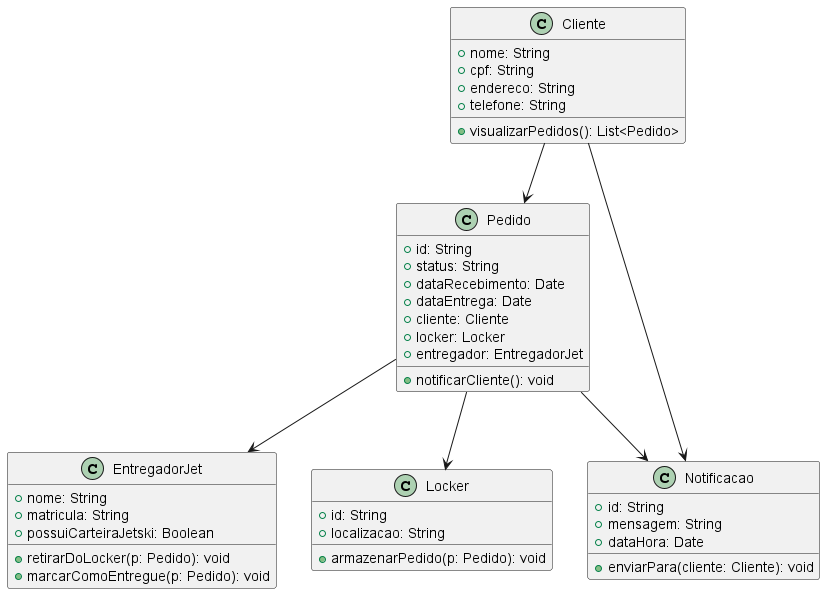
The PlantUML diagram docs/assets/Diagrama_de_classes/diagramaDeClasses.png in Projetos-de-Extensao/PBE_25.1_8001_V, before a commit. Its diagram source:
```plantuml
@startuml

class Cliente {
  +nome: String
  +cpf: String
  +endereco: String
  +telefone: String
  +visualizarPedidos(): List<Pedido>
}

class Pedido {
  +id: String
  +status: String
  +dataRecebimento: Date
  +dataEntrega: Date
  +cliente: Cliente
  +locker: Locker
  +entregador: EntregadorJet
  +notificarCliente(): void
}

class EntregadorJet {
  +nome: String
  +matricula: String
  +possuiCarteiraJetski: Boolean
  +retirarDoLocker(p: Pedido): void
  +marcarComoEntregue(p: Pedido): void
}

class Locker {
  +id: String
  +localizacao: String
  +armazenarPedido(p: Pedido): void
}

class Notificacao {
  +id: String
  +mensagem: String
  +dataHora: Date
  +enviarPara(cliente: Cliente): void
}

Cliente --> Pedido
Pedido --> Locker
Pedido --> EntregadorJet
Pedido  --> Notificacao
Cliente --> Notificacao

@enduml
```
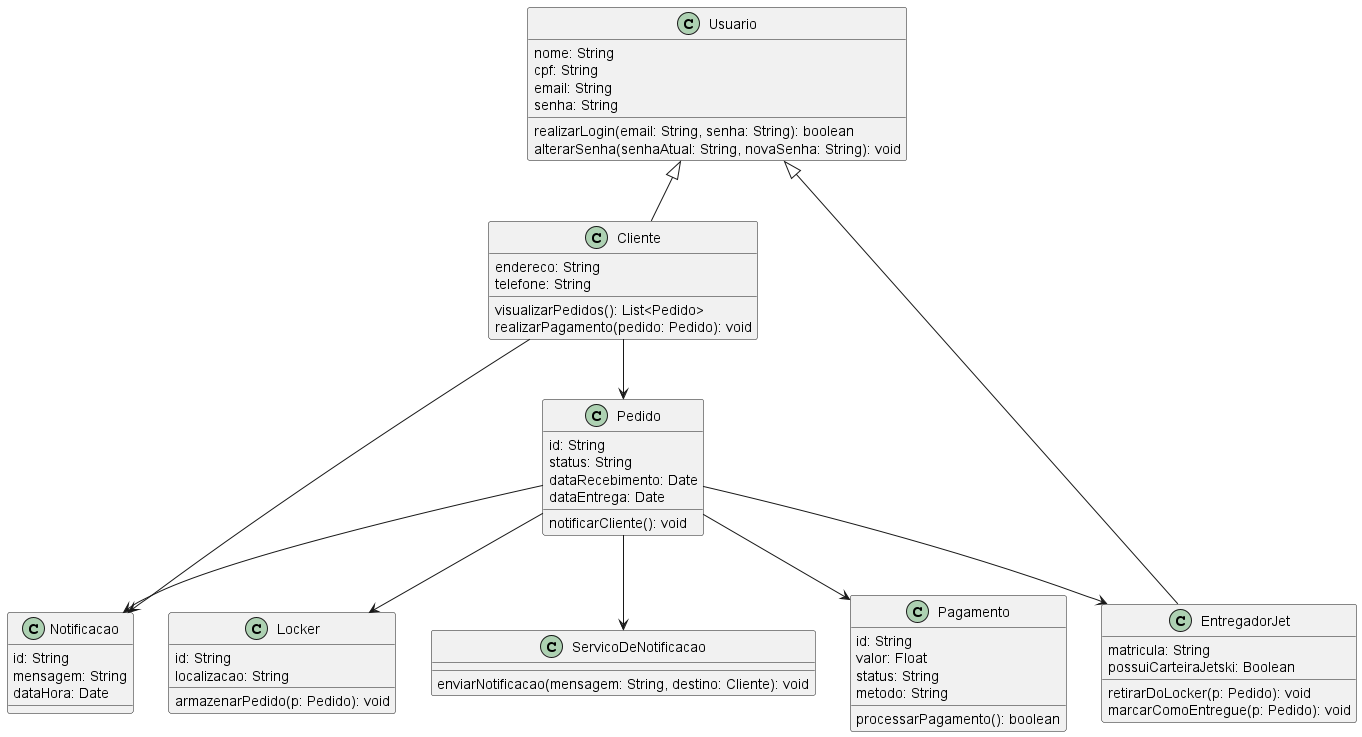
The same file after the commit.

Diff of the diagram source:
```diff
@@ -1,49 +1,70 @@
 @startuml
 
+class Usuario {
+  nome: String
+  cpf: String
+  email: String
+  senha: String
+  realizarLogin(email: String, senha: String): boolean
+  alterarSenha(senhaAtual: String, novaSenha: String): void
+}
+
 class Cliente {
-  +nome: String
-  +cpf: String
-  +endereco: String
-  +telefone: String
-  +visualizarPedidos(): List<Pedido>
+  endereco: String
+  telefone: String
+  visualizarPedidos(): List<Pedido>
+  realizarPagamento(pedido: Pedido): void
+}
+
+class EntregadorJet {
+  matricula: String
+  possuiCarteiraJetski: Boolean
+  retirarDoLocker(p: Pedido): void
+  marcarComoEntregue(p: Pedido): void
 }
 
 class Pedido {
-  +id: String
-  +status: String
-  +dataRecebimento: Date
-  +dataEntrega: Date
-  +cliente: Cliente
-  +locker: Locker
-  +entregador: EntregadorJet
-  +notificarCliente(): void
-}
-
-class EntregadorJet {
-  +nome: String
-  +matricula: String
-  +possuiCarteiraJetski: Boolean
-  +retirarDoLocker(p: Pedido): void
-  +marcarComoEntregue(p: Pedido): void
+  id: String
+  status: String
+  dataRecebimento: Date
+  dataEntrega: Date
+  notificarCliente(): void
 }
 
 class Locker {
-  +id: String
-  +localizacao: String
-  +armazenarPedido(p: Pedido): void
+  id: String
+  localizacao: String
+  armazenarPedido(p: Pedido): void
 }
 
 class Notificacao {
-  +id: String
-  +mensagem: String
-  +dataHora: Date
-  +enviarPara(cliente: Cliente): void
+  id: String
+  mensagem: String
+  dataHora: Date
 }
 
-Cliente --> Pedido
-Pedido --> Locker
-Pedido --> EntregadorJet
-Pedido  --> Notificacao
-Cliente --> Notificacao
+class ServicoDeNotificacao {
+  enviarNotificacao(mensagem: String, destino: Cliente): void
+}
+
+class Pagamento {
+  id: String
+  valor: Float
+  status: String
+  metodo: String
+  processarPagamento(): boolean
+}
+
+
+Usuario <|-- Cliente
+Usuario <|-- EntregadorJet
+
+Cliente  -->  Pedido
+Cliente  -->  Notificacao
+Pedido  -->  Locker
+Pedido  -->  EntregadorJet
+Pedido  -->  Notificacao
+Pedido  -->  Pagamento
+Pedido --> ServicoDeNotificacao
 
 @enduml
```
